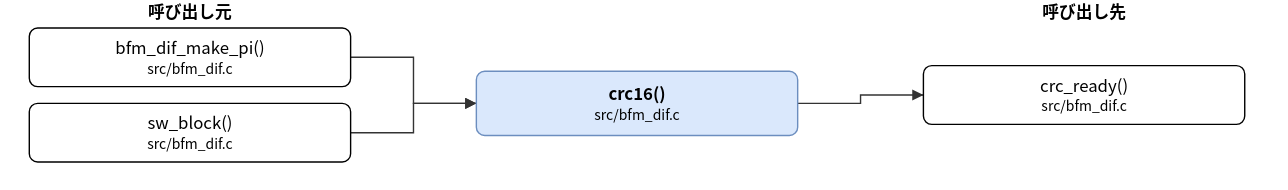
Earlier version of the draw.io export doc/spec/images/call_src_bfm_dif-crc16.drawio.svg (hf355051012-ai/bfmem). Source tidied: cells renumbered, new cells last; positions are measured from the earlier drawing's top-left corner, leaving out a move shared by most shapes.
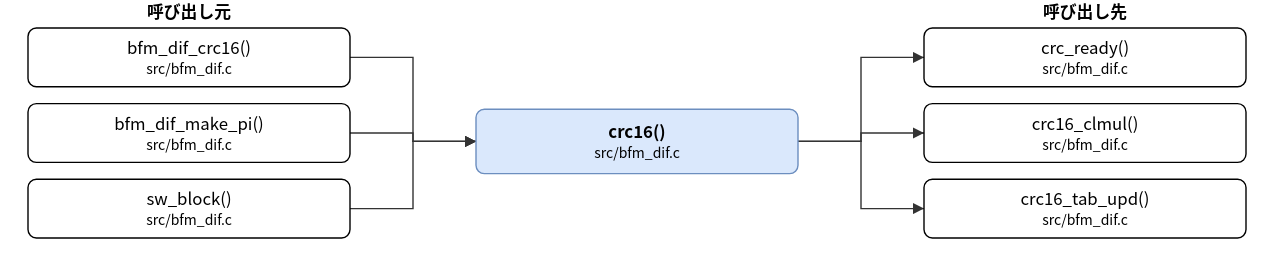
After the change.

The edit, as a diff of the source:
```diff
@@ -3,22 +3,31 @@
     <mxCell id="0" />
     <mxCell id="1" parent="0" />
     <mxCell id="2" value="crc16()&lt;br&gt;&lt;font style=&quot;font-size:10px&quot;&gt;src/bfm_dif.c&lt;/font&gt;" style="rounded=1;whiteSpace=wrap;html=1;fillColor=#dae8fc;strokeColor=#6c8ebf;fontStyle=1;" parent="1" vertex="1">
-      <mxGeometry x="320" y="51" width="230" height="46" as="geometry" />
+      <mxGeometry x="320" y="78" width="230" height="46" as="geometry" />
     </mxCell>
-    <mxCell id="3" value="bfm_dif_make_pi()&lt;br&gt;&lt;font style=&quot;font-size:10px&quot;&gt;src/bfm_dif.c&lt;/font&gt;" style="rounded=1;whiteSpace=wrap;html=1;" parent="1" vertex="1">
+    <mxCell id="3" value="bfm_dif_crc16()&lt;br&gt;&lt;font style=&quot;font-size:10px&quot;&gt;src/bfm_dif.c&lt;/font&gt;" style="rounded=1;whiteSpace=wrap;html=1;" parent="1" vertex="1">
       <mxGeometry y="20" width="230" height="42" as="geometry" />
     </mxCell>
-    <mxCell id="4" value="sw_block()&lt;br&gt;&lt;font style=&quot;font-size:10px&quot;&gt;src/bfm_dif.c&lt;/font&gt;" style="rounded=1;whiteSpace=wrap;html=1;" parent="1" vertex="1">
+    <mxCell id="4" value="bfm_dif_make_pi()&lt;br&gt;&lt;font style=&quot;font-size:10px&quot;&gt;src/bfm_dif.c&lt;/font&gt;" style="rounded=1;whiteSpace=wrap;html=1;" parent="1" vertex="1">
       <mxGeometry y="74" width="230" height="42" as="geometry" />
     </mxCell>
+    <mxCell id="11" value="sw_block()&lt;br&gt;&lt;font style=&quot;font-size:10px&quot;&gt;src/bfm_dif.c&lt;/font&gt;" style="rounded=1;whiteSpace=wrap;html=1;" parent="1" vertex="1">
+      <mxGeometry y="128" width="230" height="42" as="geometry" />
+    </mxCell>
     <mxCell id="5" value="crc_ready()&lt;br&gt;&lt;font style=&quot;font-size:10px&quot;&gt;src/bfm_dif.c&lt;/font&gt;" style="rounded=1;whiteSpace=wrap;html=1;" parent="1" vertex="1">
-      <mxGeometry x="640" y="47" width="230" height="42" as="geometry" />
+      <mxGeometry x="640" y="20" width="230" height="42" as="geometry" />
     </mxCell>
+    <mxCell id="12" value="crc16_clmul()&lt;br&gt;&lt;font style=&quot;font-size:10px&quot;&gt;src/bfm_dif.c&lt;/font&gt;" style="rounded=1;whiteSpace=wrap;html=1;" parent="1" vertex="1">
+      <mxGeometry x="640" y="74" width="230" height="42" as="geometry" />
+    </mxCell>
+    <mxCell id="13" value="crc16_tab_upd()&lt;br&gt;&lt;font style=&quot;font-size:10px&quot;&gt;src/bfm_dif.c&lt;/font&gt;" style="rounded=1;whiteSpace=wrap;html=1;" parent="1" vertex="1">
+      <mxGeometry x="640" y="128" width="230" height="42" as="geometry" />
+    </mxCell>
     <mxCell id="6" style="edgeStyle=none;html=1;rounded=0;endArrow=block;endFill=1;exitX=1.0000;exitY=0.5000;exitDx=0;exitDy=0;exitPerimeter=0;entryX=0.0000;entryY=0.5000;entryDx=0;entryDy=0;entryPerimeter=0;" parent="1" edge="1" source="3" target="2">
       <mxGeometry relative="1" as="geometry">
         <Array as="points">
           <mxPoint x="275" y="41" />
-          <mxPoint x="275" y="74" />
+          <mxPoint x="275" y="101" />
         </Array>
       </mxGeometry>
     </mxCell>
@@ -26,18 +35,42 @@
       <mxGeometry relative="1" as="geometry">
         <Array as="points">
           <mxPoint x="275" y="95" />
-          <mxPoint x="275" y="74" />
+          <mxPoint x="275" y="101" />
         </Array>
       </mxGeometry>
     </mxCell>
-    <mxCell id="8" style="edgeStyle=none;html=1;rounded=0;endArrow=block;endFill=1;exitX=1.0000;exitY=0.5000;exitDx=0;exitDy=0;exitPerimeter=0;entryX=0.0000;entryY=0.5000;entryDx=0;entryDy=0;entryPerimeter=0;" parent="1" edge="1" source="2" target="5">
+    <mxCell id="8" style="edgeStyle=none;html=1;rounded=0;endArrow=block;endFill=1;exitX=1.0000;exitY=0.5000;exitDx=0;exitDy=0;exitPerimeter=0;entryX=0.0000;entryY=0.5000;entryDx=0;entryDy=0;entryPerimeter=0;" parent="1" edge="1" source="11" target="2">
       <mxGeometry relative="1" as="geometry">
         <Array as="points">
-          <mxPoint x="595" y="74" />
-          <mxPoint x="595" y="68" />
+          <mxPoint x="275" y="149" />
+          <mxPoint x="275" y="101" />
         </Array>
       </mxGeometry>
     </mxCell>
+    <mxCell id="14" style="edgeStyle=none;html=1;rounded=0;endArrow=block;endFill=1;exitX=1.0000;exitY=0.5000;exitDx=0;exitDy=0;exitPerimeter=0;entryX=0.0000;entryY=0.5000;entryDx=0;entryDy=0;entryPerimeter=0;" parent="1" edge="1" source="2" target="5">
+      <mxGeometry relative="1" as="geometry">
+        <Array as="points">
+          <mxPoint x="595" y="101" />
+          <mxPoint x="595" y="41" />
+        </Array>
+      </mxGeometry>
+    </mxCell>
+    <mxCell id="15" style="edgeStyle=none;html=1;rounded=0;endArrow=block;endFill=1;exitX=1.0000;exitY=0.5000;exitDx=0;exitDy=0;exitPerimeter=0;entryX=0.0000;entryY=0.5000;entryDx=0;entryDy=0;entryPerimeter=0;" parent="1" edge="1" source="2" target="12">
+      <mxGeometry relative="1" as="geometry">
+        <Array as="points">
+          <mxPoint x="595" y="101" />
+          <mxPoint x="595" y="95" />
+        </Array>
+      </mxGeometry>
+    </mxCell>
+    <mxCell id="16" style="edgeStyle=none;html=1;rounded=0;endArrow=block;endFill=1;exitX=1.0000;exitY=0.5000;exitDx=0;exitDy=0;exitPerimeter=0;entryX=0.0000;entryY=0.5000;entryDx=0;entryDy=0;entryPerimeter=0;" parent="1" edge="1" source="2" target="13">
+      <mxGeometry relative="1" as="geometry">
+        <Array as="points">
+          <mxPoint x="595" y="101" />
+          <mxPoint x="595" y="149" />
+        </Array>
+      </mxGeometry>
+    </mxCell>
     <mxCell id="9" value="呼び出し元" style="text;html=1;align=center;fontStyle=1;" parent="1" vertex="1">
       <mxGeometry x="35" width="160" height="18" as="geometry" />
     </mxCell>
```
